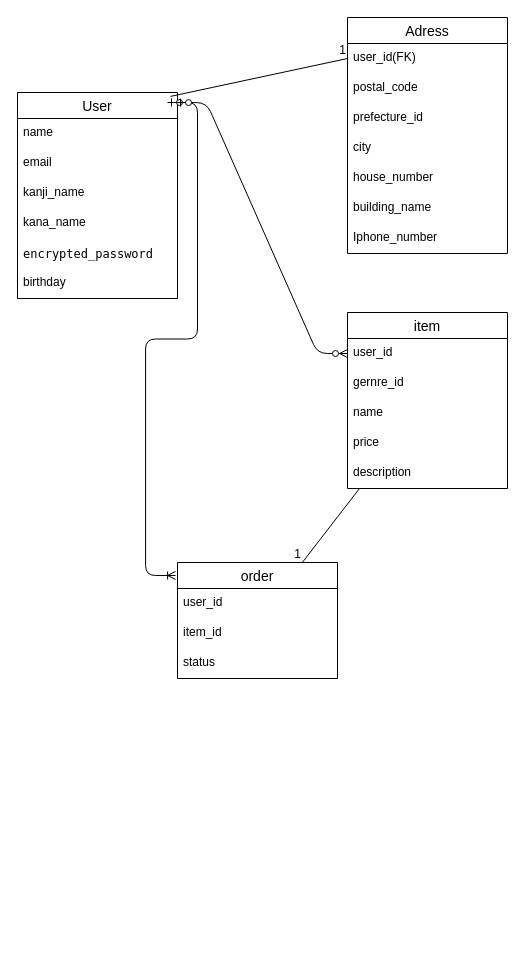
Earlier version of the draw.io diagram furima.dio (hirowood/furima-41960). Source tidied: cells renumbered, new cells numbered last; positions are measured from the earlier drawing's top-left corner, leaving out a move shared by most shapes. Both pictures are drawn from the tidied source at 100%, with x=0, y=0 at pixel (17, 17).
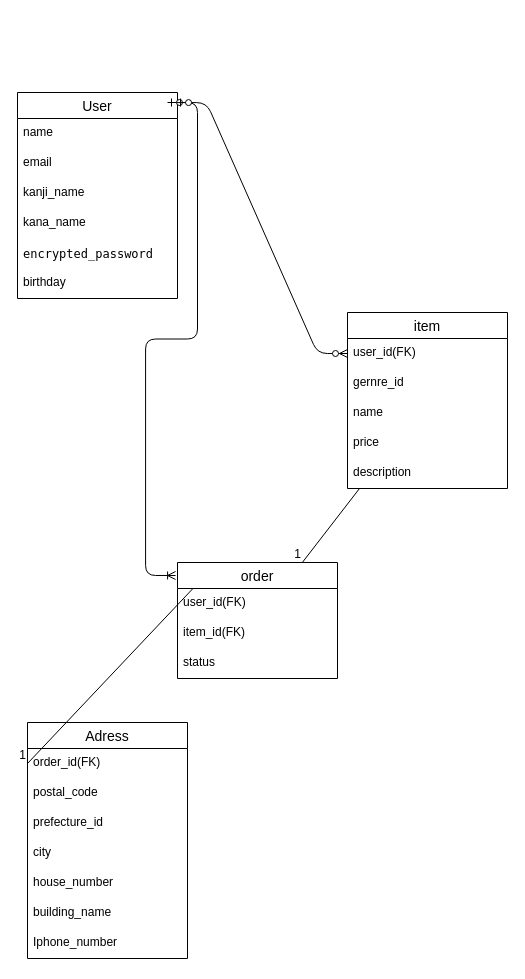
After the change.

Unchanged cells that the change refers to:
```xml
<mxCell id="2" value="User" style="swimlane;fontStyle=0;horizontal=1;startSize=26;align=center;fontSize=14;" parent="1" vertex="1">
  <mxGeometry y="75" width="160" height="206" as="geometry" />
</mxCell>
<mxCell id="20" value="item" style="swimlane;fontStyle=0;horizontal=1;startSize=26;align=center;fontSize=14;" parent="1" vertex="1">
  <mxGeometry x="330" y="295" width="160" height="176" as="geometry" />
</mxCell>
<mxCell id="27" value="order" style="swimlane;fontStyle=0;horizontal=1;startSize=26;align=center;fontSize=14;" parent="1" vertex="1">
  <mxGeometry x="160" y="545" width="160" height="116" as="geometry" />
</mxCell>
```

What changed in the source:
```diff
@@
     <mxCell id="10" value="Adress" style="swimlane;fontStyle=0;horizontal=1;startSize=26;align=center;fontSize=14;" parent="1" vertex="1">
-      <mxGeometry x="330" width="160" height="236" as="geometry" />
+      <mxGeometry x="10" y="705" width="160" height="236" as="geometry" />
     </mxCell>
-    <mxCell id="11" value="user_id(FK)" style="text;strokeColor=none;fillColor=none;spacingLeft=4;spacingRight=4;overflow=hidden;points=[[0,0.5],[1,0.5]];portConstraint=eastwest;fontSize=12;whiteSpace=wrap;html=1;" parent="10" vertex="1">
+    <mxCell id="11" value="order_id(FK)" style="text;strokeColor=none;fillColor=none;spacingLeft=4;spacingRight=4;overflow=hidden;points=[[0,0.5],[1,0.5]];portConstraint=eastwest;fontSize=12;whiteSpace=wrap;html=1;" parent="10" vertex="1">
       <mxGeometry y="26" width="160" height="30" as="geometry" />
     </mxCell>
@@
-    <mxCell id="18" style="endArrow=none;html=1;rounded=0;exitX=0.956;exitY=0.019;exitDx=0;exitDy=0;exitPerimeter=0;entryX=0;entryY=0.5;entryDx=0;entryDy=0;" parent="1" edge="1" source="2" target="11">
+    <mxCell id="18" style="endArrow=none;html=1;rounded=0;exitX=0.25;exitY=0;exitDx=0;exitDy=0;entryX=0;entryY=0.5;entryDx=0;entryDy=0;" parent="1" edge="1" source="27" target="11">
       <mxGeometry relative="1" as="geometry" />
     </mxCell>
@@
-    <mxCell id="21" value="user_id" style="text;strokeColor=none;fillColor=none;spacingLeft=4;spacingRight=4;overflow=hidden;points=[[0,0.5],[1,0.5]];portConstraint=eastwest;fontSize=12;whiteSpace=wrap;html=1;" parent="20" vertex="1">
+    <mxCell id="21" value="user_id(FK)" style="text;strokeColor=none;fillColor=none;spacingLeft=4;spacingRight=4;overflow=hidden;points=[[0,0.5],[1,0.5]];portConstraint=eastwest;fontSize=12;whiteSpace=wrap;html=1;" parent="20" vertex="1">
       <mxGeometry y="26" width="160" height="30" as="geometry" />
     </mxCell>
@@
-    <mxCell id="28" value="user_id" style="text;strokeColor=none;fillColor=none;spacingLeft=4;spacingRight=4;overflow=hidden;fontSize=12;whiteSpace=wrap;html=1;" parent="27" vertex="1">
+    <mxCell id="28" value="user_id(FK)" style="text;strokeColor=none;fillColor=none;spacingLeft=4;spacingRight=4;overflow=hidden;fontSize=12;whiteSpace=wrap;html=1;" parent="27" vertex="1">
       <mxGeometry y="26" width="160" height="30" as="geometry" />
     </mxCell>
-    <mxCell id="29" value="item_id" style="text;strokeColor=none;fillColor=none;spacingLeft=4;spacingRight=4;overflow=hidden;fontSize=12;whiteSpace=wrap;html=1;" parent="27" vertex="1">
+    <mxCell id="29" value="item_id(FK)" style="text;strokeColor=none;fillColor=none;spacingLeft=4;spacingRight=4;overflow=hidden;fontSize=12;whiteSpace=wrap;html=1;" parent="27" vertex="1">
       <mxGeometry y="56" width="160" height="30" as="geometry" />
     </mxCell>
```
